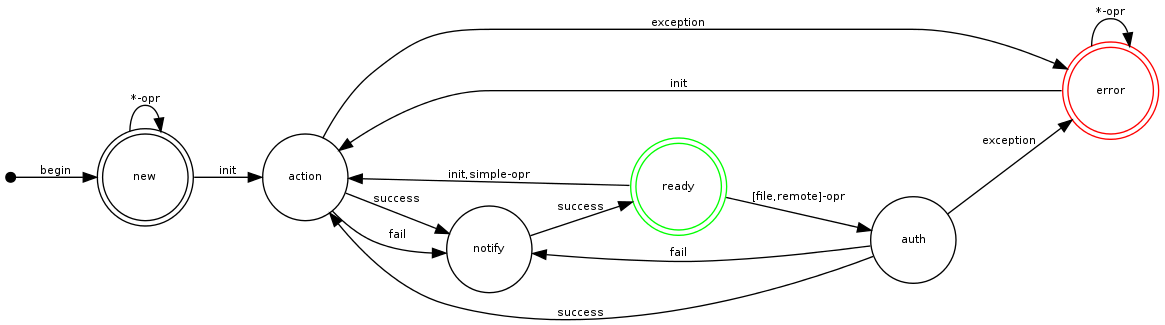
The Graphviz diagram docs/fog-operations.png in sudohippie/fog, before a commit. Its source is kept beside it as docs/fog-operations.dot.
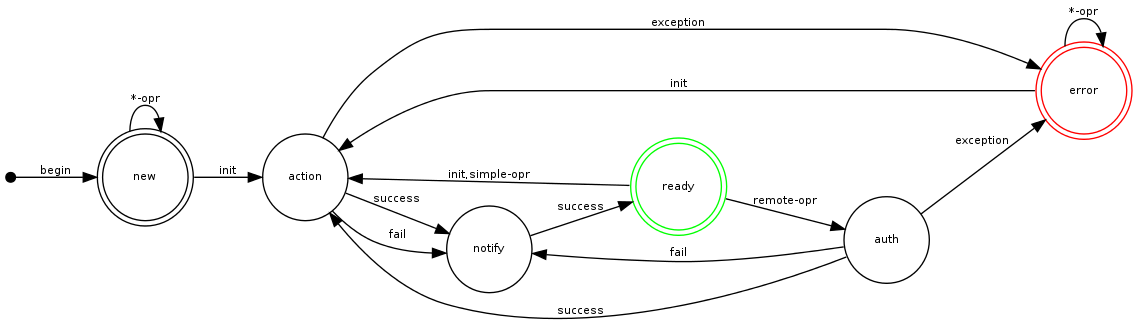
The same file after the commit.

Commit message:
#7: got rid of file-opr

What changed in the source:
```diff
@@ -22,7 +22,7 @@
 	auth -> action [ label = "success" ];
 	auth -> error [ label = "exception" ];
 	auth -> notify [ label = "fail" ];
-	ready -> auth [ label = "[file,remote]-opr" ];
+	ready -> auth [ label = "remote-opr" ];
 	ready -> action [ label = "init,simple-opr" ];
 	notify -> ready [ label = "success" ];
 }
```
